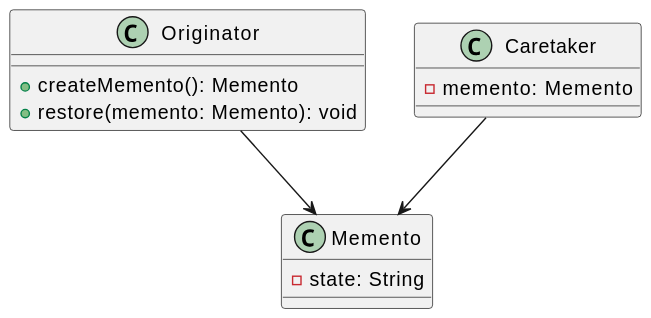
Above: out/patterns/memento/memento.svg in KubEF/architecture-learn-materials (PlantUML), before the change.
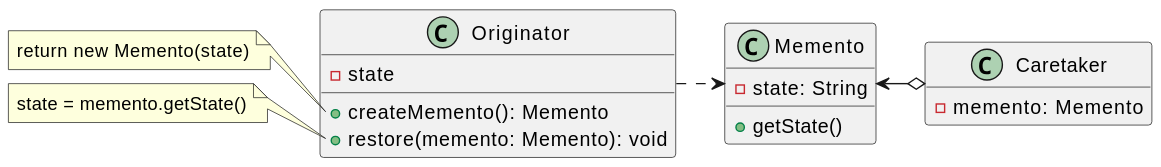
Above is the later version.

The edit, as a diff of the source:
```diff
@@ -1,17 +1,29 @@
 @startuml
+hide empty members
+
 class Originator {
+    -state
     +createMemento(): Memento
     +restore(memento: Memento): void
 }
 
 class Memento {
     -state: String
+    +getState()
 }
 
 class Caretaker {
     -memento: Memento
 }
 
-Caretaker --> Memento
-Originator --> Memento
+note left of Originator::createMemento
+    return new Memento(state)
+end note
+
+note left of Originator::restore
+    state = memento.getState()
+end note
+
+Memento <-o  Caretaker
+Originator .> Memento
 @enduml
```
